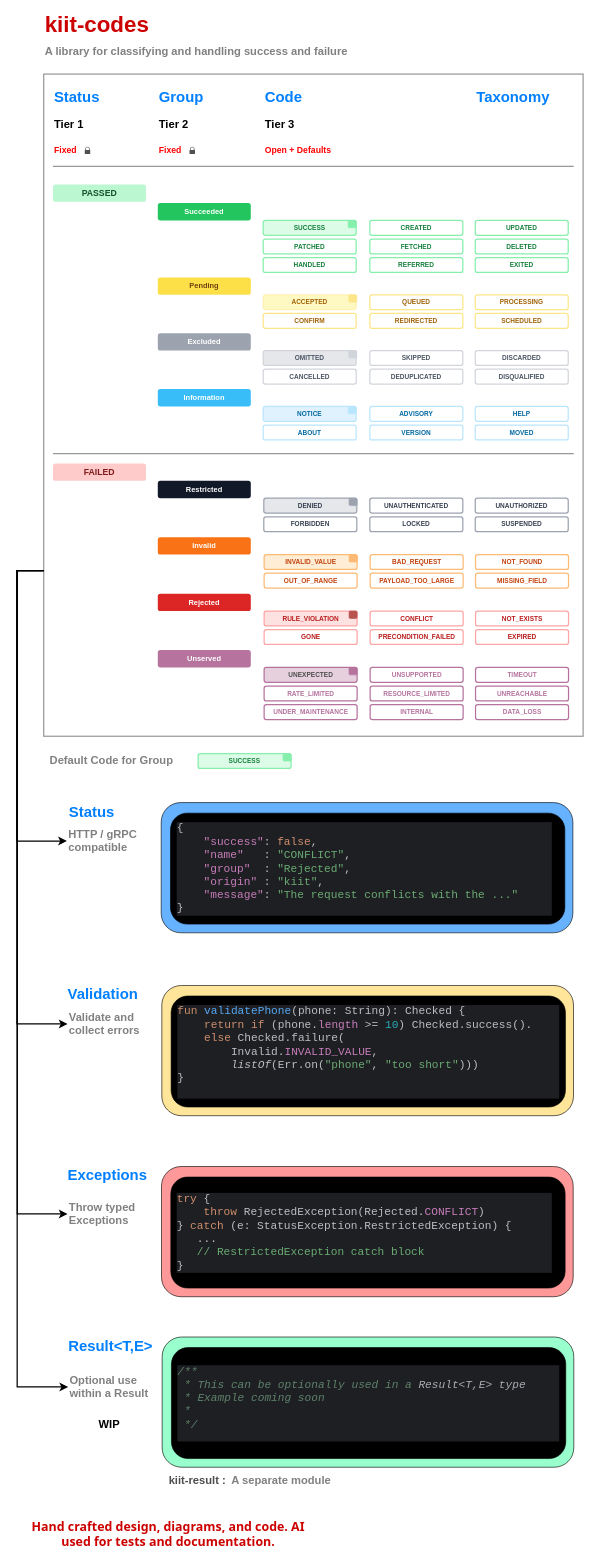
Above: assets/kiit-codes.drawio in slatekit/kiit-codes (draw.io), before the change. Source tidied: cells renumbered, new cells numbered last; positions are measured from the earlier drawing's top-left corner, leaving out a move shared by most shapes. Both pictures are drawn from the tidied source at 62%, with x=0, y=0 at pixel (17, 14).
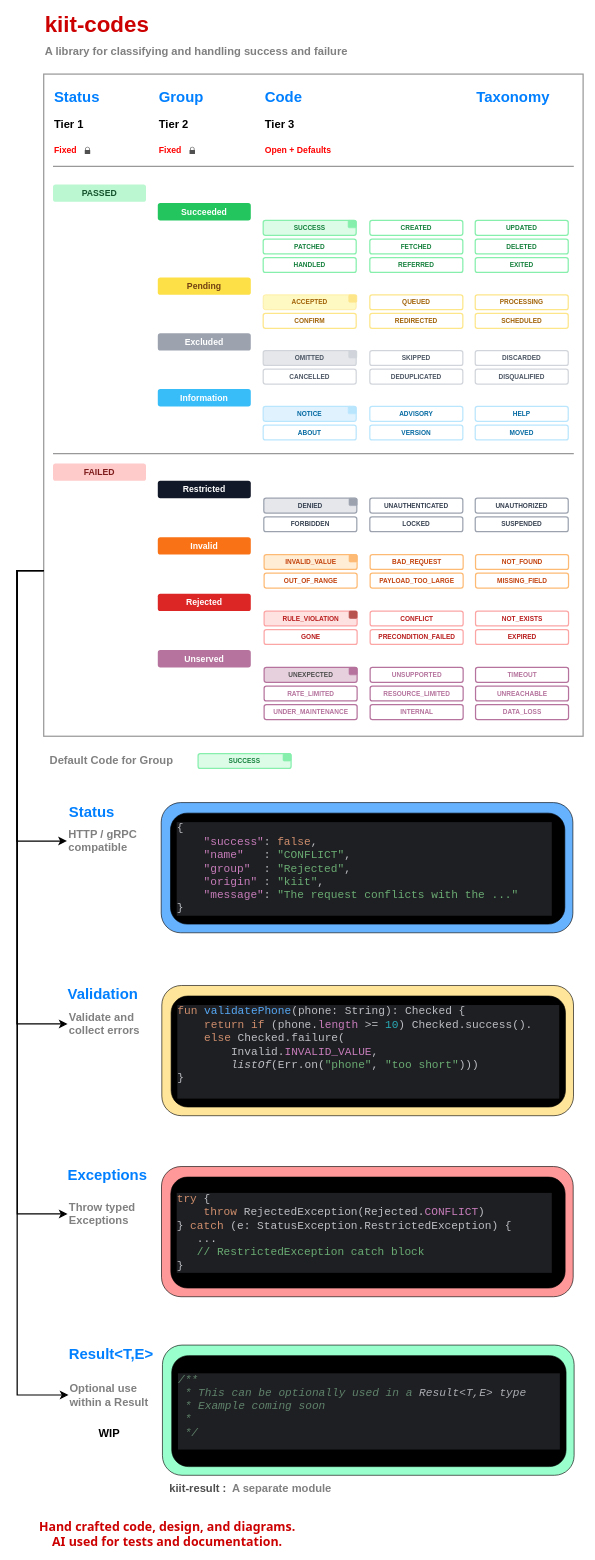
Above is the later version.

What changed in the source:
```diff
@@
-    <mxCell id="4" value="Succeeded" style="rounded=1;whiteSpace=wrap;html=1;fillColor=#22c55e;fontColor=#ffffff;fontSize=12;strokeColor=none;fontStyle=1;" parent="1" vertex="1">
+    <mxCell id="4" value="&lt;font style=&quot;font-size: 14px;&quot;&gt;Succeeded&lt;/font&gt;" style="rounded=1;whiteSpace=wrap;html=1;fillColor=#22c55e;fontColor=#ffffff;fontSize=12;strokeColor=none;fontStyle=1;" parent="1" vertex="1">
       <mxGeometry x="227" y="304" width="150" height="28" as="geometry" />
     </mxCell>
@@
-    <mxCell id="14" value="Pending" style="rounded=1;whiteSpace=wrap;html=1;fillColor=#fde047;fontColor=#713f12;fontSize=12;strokeColor=none;fontStyle=1;" parent="1" vertex="1">
+    <mxCell id="14" value="&lt;font style=&quot;font-size: 14px;&quot;&gt;Pending&lt;/font&gt;" style="rounded=1;whiteSpace=wrap;html=1;fillColor=#fde047;fontColor=#713f12;fontSize=12;strokeColor=none;fontStyle=1;" parent="1" vertex="1">
       <mxGeometry x="227" y="424" width="150" height="28" as="geometry" />
     </mxCell>
@@
-    <mxCell id="21" value="Excluded" style="rounded=1;whiteSpace=wrap;html=1;fillColor=#9ca3af;fontColor=#ffffff;fontSize=12;strokeColor=none;fontStyle=1;" parent="1" vertex="1">
+    <mxCell id="21" value="&lt;font style=&quot;font-size: 14px;&quot;&gt;Excluded&lt;/font&gt;" style="rounded=1;whiteSpace=wrap;html=1;fillColor=#9ca3af;fontColor=#ffffff;fontSize=12;strokeColor=none;fontStyle=1;" parent="1" vertex="1">
       <mxGeometry x="227" y="514" width="150" height="28" as="geometry" />
     </mxCell>
@@
-    <mxCell id="28" value="Information" style="rounded=1;whiteSpace=wrap;html=1;fillColor=#38bdf8;fontColor=#FFFFFF;fontSize=12;strokeColor=none;fontStyle=1;" parent="1" vertex="1">
+    <mxCell id="28" value="&lt;font style=&quot;font-size: 14px;&quot;&gt;Information&lt;/font&gt;" style="rounded=1;whiteSpace=wrap;html=1;fillColor=#38bdf8;fontColor=#FFFFFF;fontSize=12;strokeColor=none;fontStyle=1;" parent="1" vertex="1">
       <mxGeometry x="227" y="604" width="150" height="28" as="geometry" />
     </mxCell>
@@
-    <mxCell id="36" value="Restricted" style="rounded=1;whiteSpace=wrap;html=1;fillColor=#111827;fontColor=#ffffff;fontSize=12;strokeColor=none;fontStyle=1;" parent="1" vertex="1">
+    <mxCell id="36" value="&lt;font style=&quot;font-size: 14px;&quot;&gt;Restricted&lt;/font&gt;" style="rounded=1;whiteSpace=wrap;html=1;fillColor=#111827;fontColor=#ffffff;fontSize=12;strokeColor=none;fontStyle=1;" parent="1" vertex="1">
       <mxGeometry x="227" y="752" width="150" height="28" as="geometry" />
     </mxCell>
@@
-    <mxCell id="43" value="Invalid" style="rounded=1;whiteSpace=wrap;html=1;fillColor=#f97316;fontColor=#ffffff;fontSize=12;strokeColor=none;fontStyle=1;" parent="1" vertex="1">
+    <mxCell id="43" value="&lt;font style=&quot;font-size: 14px;&quot;&gt;Invalid&lt;/font&gt;" style="rounded=1;whiteSpace=wrap;html=1;fillColor=#f97316;fontColor=#ffffff;fontSize=12;strokeColor=none;fontStyle=1;" parent="1" vertex="1">
       <mxGeometry x="227" y="843" width="150" height="28" as="geometry" />
     </mxCell>
@@
-    <mxCell id="50" value="Rejected" style="rounded=1;whiteSpace=wrap;html=1;fillColor=#dc2626;fontColor=#ffffff;fontSize=12;strokeColor=none;fontStyle=1;" parent="1" vertex="1">
+    <mxCell id="50" value="&lt;font style=&quot;font-size: 14px;&quot;&gt;Rejected&lt;/font&gt;" style="rounded=1;whiteSpace=wrap;html=1;fillColor=#dc2626;fontColor=#ffffff;fontSize=12;strokeColor=none;fontStyle=1;" parent="1" vertex="1">
       <mxGeometry x="227" y="934" width="150" height="28" as="geometry" />
     </mxCell>
@@
-    <mxCell id="57" value="Unserved" style="rounded=1;whiteSpace=wrap;html=1;fillColor=#B5739D;fontColor=#ffffff;fontSize=12;strokeColor=none;fontStyle=1;" parent="1" vertex="1">
+    <mxCell id="57" value="&lt;font style=&quot;font-size: 14px;&quot;&gt;Unserved&lt;/font&gt;" style="rounded=1;whiteSpace=wrap;html=1;fillColor=#B5739D;fontColor=#ffffff;fontSize=12;strokeColor=none;fontStyle=1;" parent="1" vertex="1">
       <mxGeometry x="227" y="1025" width="150" height="28" as="geometry" />
     </mxCell>
@@
     <mxCell id="99" value="&lt;font style=&quot;font-size: 24px;&quot;&gt;&lt;b style=&quot;color: rgb(0, 127, 255);&quot;&gt;Result&amp;lt;T,E&amp;gt;&lt;/b&gt;&lt;/font&gt;" style="text;html=1;whiteSpace=wrap;strokeColor=none;fillColor=none;align=left;verticalAlign=middle;rounded=0;fontColor=#FF0000;" parent="1" vertex="1">
-      <mxGeometry x="81" y="2133" width="119" height="30" as="geometry" />
+      <mxGeometry x="81.5" y="2146" width="119" height="30" as="geometry" />
     </mxCell>
     <mxCell id="100" value="&lt;font color=&quot;#808080&quot;&gt;&lt;span style=&quot;font-size: 18px;&quot;&gt;&lt;b&gt;Optional use within a Result&amp;nbsp;&lt;/b&gt;&lt;/span&gt;&lt;/font&gt;" style="text;html=1;whiteSpace=wrap;strokeColor=none;fillColor=none;align=left;verticalAlign=middle;rounded=0;" parent="1" vertex="1">
-      <mxGeometry x="82.5" y="2171" width="150" height="85" as="geometry" />
+      <mxGeometry x="83" y="2184" width="150" height="85" as="geometry" />
     </mxCell>
     <mxCell id="101" style="group;" parent="1" vertex="1">
-      <mxGeometry x="234" y="2133" width="664" height="210" as="geometry" />
+      <mxGeometry x="234.5" y="2146" width="664" height="210" as="geometry" />
     </mxCell>
@@
-    <mxCell id="117" value="&lt;font style=&quot;font-size: 20px;&quot;&gt;&lt;b style=&quot;color: rgb(204, 0, 0);&quot;&gt;Hand crafted design, diagrams, and code. AI used for tests and documentation.&lt;/b&gt;&lt;/font&gt;" style="text;html=1;whiteSpace=wrap;strokeColor=none;fillColor=none;align=center;verticalAlign=middle;rounded=0;fontFamily=Tahoma;" parent="1" vertex="1">
-      <mxGeometry x="22" y="2429" width="444" height="43" as="geometry" />
+    <mxCell id="117" value="&lt;font style=&quot;font-size: 20px;&quot;&gt;&lt;b style=&quot;color: rgb(204, 0, 0);&quot;&gt;Hand crafted code, design, and diagrams. AI used for tests and documentation.&lt;/b&gt;&lt;/font&gt;" style="text;html=1;whiteSpace=wrap;strokeColor=none;fillColor=none;align=center;verticalAlign=middle;rounded=0;fontFamily=Tahoma;" parent="1" vertex="1">
+      <mxGeometry x="22" y="2429" width="441" height="43" as="geometry" />
     </mxCell>
     <mxCell id="118" value="&lt;font&gt;&lt;span style=&quot;font-size: 18px; color: rgb(0, 0, 0);&quot;&gt;&lt;b style=&quot;&quot;&gt;WIP&lt;/b&gt;&lt;/span&gt;&lt;/font&gt;" style="text;html=1;whiteSpace=wrap;strokeColor=none;fillColor=none;align=center;verticalAlign=middle;rounded=0;" parent="1" vertex="1">
-      <mxGeometry x="73.5" y="2256" width="150" height="38" as="geometry" />
+      <mxGeometry x="74" y="2269" width="150" height="38" as="geometry" />
     </mxCell>
     <mxCell id="119" value="&lt;font color=&quot;#808080&quot;&gt;&lt;span style=&quot;font-size: 18px;&quot;&gt;&lt;b&gt;A separate module&lt;/b&gt;&lt;/span&gt;&lt;/font&gt;" style="text;html=1;whiteSpace=wrap;strokeColor=none;fillColor=none;align=left;verticalAlign=middle;rounded=0;" parent="1" vertex="1">
-      <mxGeometry x="344" y="2343" width="238" height="43" as="geometry" />
+      <mxGeometry x="344.5" y="2356" width="238" height="43" as="geometry" />
     </mxCell>
     <mxCell id="120" value="&lt;font&gt;&lt;span style=&quot;font-size: 18px; color: rgb(77, 77, 77);&quot;&gt;kiit-result :&lt;/span&gt;&lt;/font&gt;" style="text;html=1;whiteSpace=wrap;strokeColor=none;fillColor=none;align=left;verticalAlign=middle;rounded=0;fontStyle=1;" parent="1" vertex="1">
-      <mxGeometry x="243" y="2343" width="119" height="43" as="geometry" />
+      <mxGeometry x="243.5" y="2356" width="119" height="43" as="geometry" />
     </mxCell>
```
